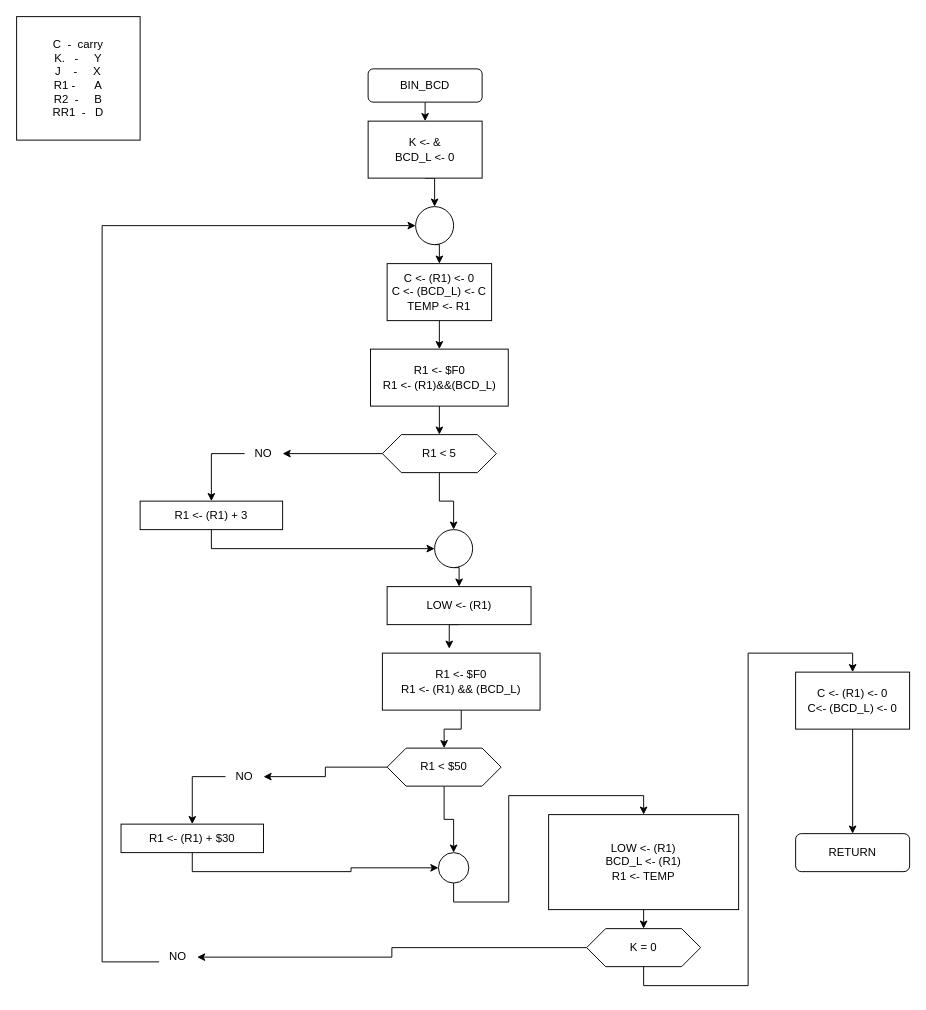
Earlier version of the draw.io diagram 8_runmeter623/diagrams/5_bin_bcd.drawio (brown9804/Dragon12_MC9S12DP256). Source tidied: cells renumbered, new cells numbered last; positions are measured from the earlier drawing's top-left corner, leaving out a move shared by most shapes. Both pictures are drawn from the tidied source at 95%, with x=0, y=0 at pixel (16, 16).
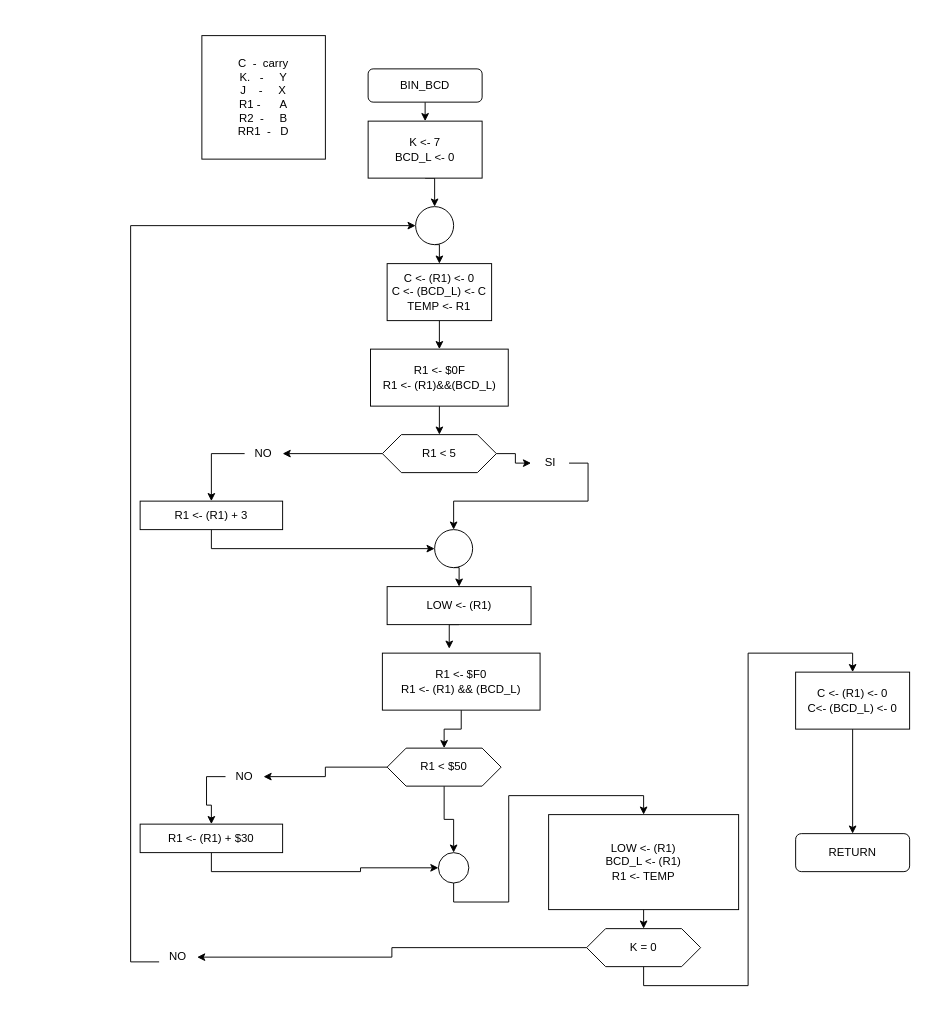
The same page after the edit.

Commit message:
final -> bin_bcd ✅

The change refers to these unchanged cells:
```xml
<mxCell id="8" style="ellipse;whiteSpace=wrap;html=1;" parent="1" vertex="1">
  <mxGeometry x="420" y="200" width="40" height="40" as="geometry" />
</mxCell>
<mxCell id="15" value="R1 &amp;lt; 5" style="shape=hexagon;perimeter=hexagonPerimeter2;whiteSpace=wrap;html=1;fixedSize=1;" parent="1" vertex="1">
  <mxGeometry x="385" y="440" width="120" height="40" as="geometry" />
</mxCell>
<mxCell id="21" style="ellipse;whiteSpace=wrap;html=1;" parent="1" vertex="1">
  <mxGeometry x="440" y="540" width="40" height="40" as="geometry" />
</mxCell>
<mxCell id="41" value="NO" style="text;html=1;strokeColor=none;fillColor=none;align=center;verticalAlign=middle;whiteSpace=wrap;rounded=0;" parent="1" vertex="1">
  <mxGeometry x="150" y="980" width="40" height="20" as="geometry" />
</mxCell>
```

Change to the diagram source:
```diff
@@
     <mxCell id="2" value="C &amp;nbsp;- &amp;nbsp;carry&lt;br&gt;K. &amp;nbsp; - &amp;nbsp; &amp;nbsp; Y&lt;br&gt;J &amp;nbsp; &amp;nbsp;- &amp;nbsp; &amp;nbsp; X&lt;br&gt;R1 - &amp;nbsp; &amp;nbsp; &amp;nbsp;A&lt;br&gt;R2 &amp;nbsp;- &amp;nbsp; &amp;nbsp; B&lt;br&gt;RR1 &amp;nbsp;- &amp;nbsp; D" style="whiteSpace=wrap;html=1;" parent="1" vertex="1">
-      <mxGeometry width="130" height="130" as="geometry" />
+      <mxGeometry x="195" y="20" width="130" height="130" as="geometry" />
     </mxCell>
@@
-    <mxCell id="6" value="K &amp;lt;- &amp;amp;&lt;br&gt;BCD_L &amp;lt;- 0" style="rounded=0;whiteSpace=wrap;html=1;" parent="1" vertex="1">
+    <mxCell id="6" value="K &amp;lt;- 7&lt;br&gt;BCD_L &amp;lt;- 0" style="rounded=0;whiteSpace=wrap;html=1;" parent="1" vertex="1">
       <mxGeometry x="370" y="110" width="120" height="60" as="geometry" />
     </mxCell>
@@
-    <mxCell id="12" value="R1 &amp;lt;- $F0&lt;br&gt;R1 &amp;lt;- (R1)&amp;amp;&amp;amp;(BCD_L)" style="rounded=0;whiteSpace=wrap;html=1;" parent="1" vertex="1">
+    <mxCell id="12" value="R1 &amp;lt;- $0F&lt;br&gt;R1 &amp;lt;- (R1)&amp;amp;&amp;amp;(BCD_L)" style="rounded=0;whiteSpace=wrap;html=1;" parent="1" vertex="1">
       <mxGeometry x="372.5" y="350" width="145" height="60" as="geometry" />
     </mxCell>
@@
-    <mxCell id="14" style="edgeStyle=orthogonalEdgeStyle;rounded=0;jettySize=auto;html=1;exitX=0.5;exitY=1;exitDx=0;exitDy=0;" parent="1" edge="1" source="15" target="21">
-      <mxGeometry relative="1" as="geometry" />
-    </mxCell>
+    <mxCell id="45" style="edgeStyle=orthogonalEdgeStyle;rounded=0;jettySize=auto;html=1;exitX=1;exitY=0.5;exitDx=0;exitDy=0;" parent="1" edge="1" source="15" target="47">
+      <mxGeometry relative="1" as="geometry" />
+    </mxCell>
@@
     <mxCell id="32" value="R1 &amp;lt;- (R1) + $30" style="rounded=0;whiteSpace=wrap;html=1;" parent="1" vertex="1">
-      <mxGeometry x="109.9" y="850" width="150" height="30" as="geometry" />
+      <mxGeometry x="130" y="850" width="150" height="30" as="geometry" />
     </mxCell>
@@
     <mxCell id="40" style="edgeStyle=orthogonalEdgeStyle;rounded=0;jettySize=auto;html=1;exitX=0;exitY=0.75;exitDx=0;exitDy=0;entryX=0;entryY=0.5;entryDx=0;entryDy=0;" parent="1" edge="1" source="41" target="8">
       <mxGeometry relative="1" as="geometry">
         <Array as="points">
-          <mxPoint x="90" y="995" />
-          <mxPoint x="90" y="220" />
+          <mxPoint x="120" y="995" />
+          <mxPoint x="120" y="220" />
         </Array>
       </mxGeometry>
     </mxCell>
@@
+    <mxCell id="46" style="edgeStyle=orthogonalEdgeStyle;rounded=0;jettySize=auto;html=1;exitX=1;exitY=0.5;exitDx=0;exitDy=0;" parent="1" edge="1" source="47" target="21">
+      <mxGeometry relative="1" as="geometry" />
+    </mxCell>
+    <mxCell id="47" value="SI" style="text;html=1;strokeColor=none;fillColor=none;align=center;verticalAlign=middle;whiteSpace=wrap;rounded=0;" parent="1" vertex="1">
+      <mxGeometry x="541.5" y="460" width="40" height="20" as="geometry" />
+    </mxCell>
```
